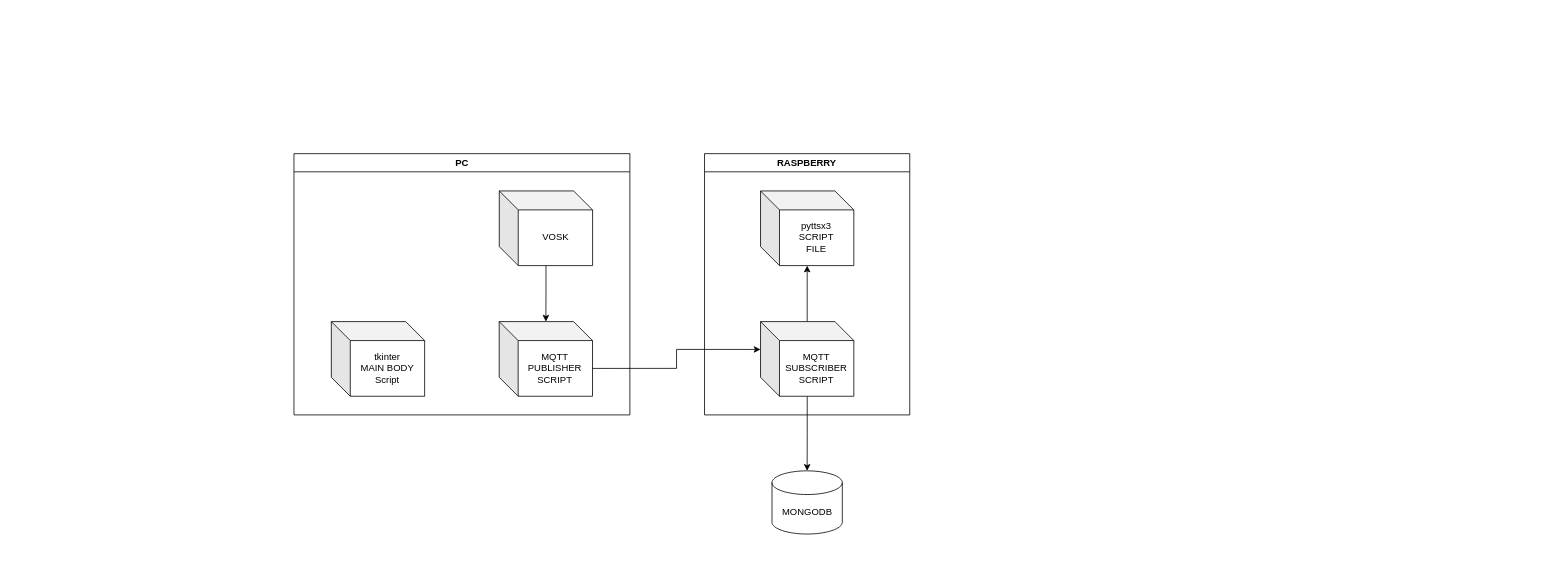
202396724/PROJET-2_IOT keeps this draw.io diagram as AI-IOT.drawio. Above is the earlier version. Source tidied: cells renumbered, new cells numbered last; positions are measured from the earlier drawing's top-left corner, leaving out a move shared by most shapes. Both pictures are drawn from the tidied source at 79%, with x=0, y=0 at pixel (294, 153).
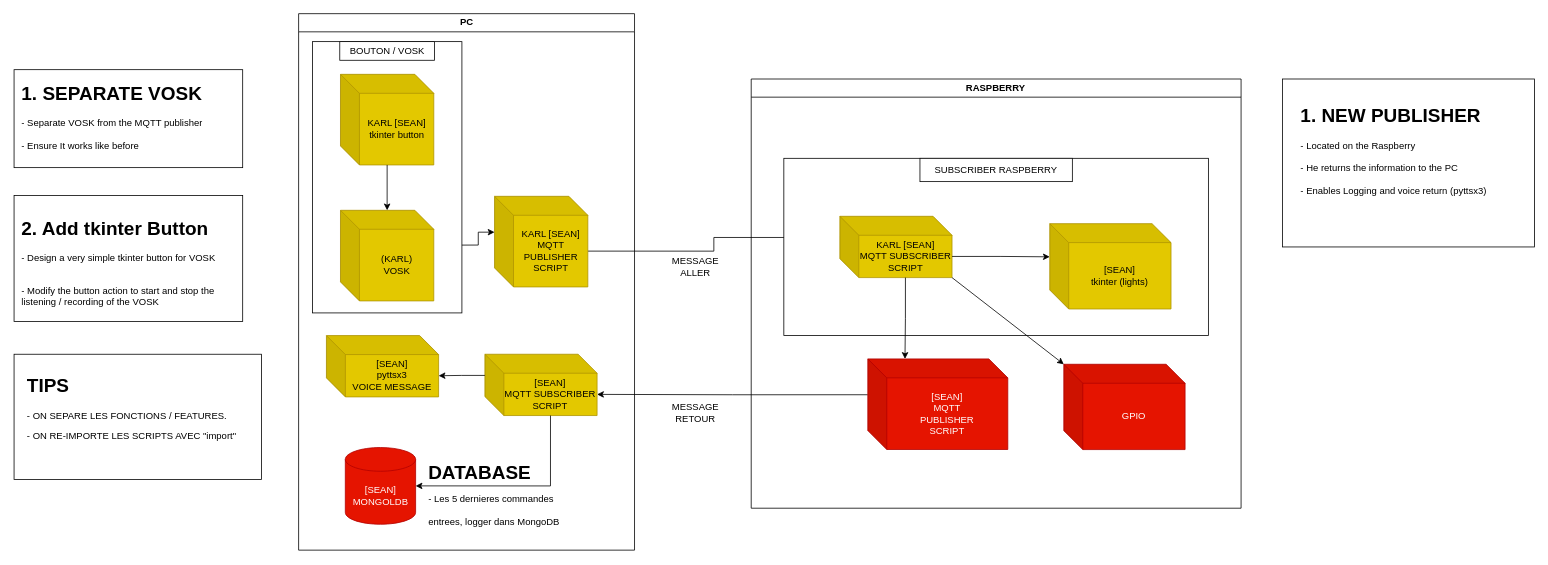
After the change.

What changed in the source:
```diff
@@
-    <mxCell id="2" value="pyttsx3&lt;br&gt;SCRIPT&lt;br&gt;FILE" style="shape=cube;whiteSpace=wrap;html=1;boundedLbl=1;backgroundOutline=1;darkOpacity=0.05;darkOpacity2=0.1;size=24;" parent="1" vertex="1">
-      <mxGeometry x="590.2" y="47.2" width="118.1" height="94.5" as="geometry" />
-    </mxCell>
-    <mxCell id="3" style="edgeStyle=orthogonalEdgeStyle;rounded=0;jettySize=auto;html=1;" parent="1" edge="1" source="5" target="12">
-      <mxGeometry relative="1" as="geometry" />
-    </mxCell>
-    <mxCell id="4" style="edgeStyle=orthogonalEdgeStyle;rounded=0;jettySize=auto;html=1;" parent="1" edge="1" source="5" target="2">
-      <mxGeometry relative="1" as="geometry" />
-    </mxCell>
+    <mxCell id="14" style="group;" parent="1" vertex="1">
+      <mxGeometry x="478" y="127.6" width="60" height="30" as="geometry" />
+    </mxCell>
+    <mxCell id="15" value="MESSAGE&lt;br&gt;ALLER" style="text;html=1;align=center;verticalAlign=middle;whiteSpace=wrap;rounded=0;" parent="14" vertex="1">
+      <mxGeometry width="60" height="30" as="geometry" />
+    </mxCell>
+    <mxCell id="16" style="edgeStyle=orthogonalEdgeStyle;rounded=0;jettySize=auto;html=1;exitX=0;exitY=0;exitDx=0;exitDy=45.3697449349864;exitPerimeter=0;entryX=0;entryY=0;entryDx=142.03428139669472;entryDy=50.8089030843665;entryPerimeter=0;" parent="1" edge="1" source="32" target="41">
+      <mxGeometry relative="1" as="geometry" />
+    </mxCell>
+    <mxCell id="17" style="group;" parent="1" vertex="1">
+      <mxGeometry x="478" y="313" width="60" height="30" as="geometry" />
+    </mxCell>
+    <mxCell id="18" value="MESSAGE&lt;br&gt;RETOUR" style="text;html=1;align=center;verticalAlign=middle;whiteSpace=wrap;rounded=0;" parent="17" vertex="1">
+      <mxGeometry width="60" height="30" as="geometry" />
+    </mxCell>
+    <mxCell id="13" style="edgeStyle=orthogonalEdgeStyle;rounded=0;jettySize=auto;html=1;exitX=0;exitY=0;exitDx=118.11000000000001;exitDy=69.3697449349864;exitPerimeter=0;entryX=0;entryY=0;entryDx=0;entryDy=26.80890308436649;entryPerimeter=0;" parent="1" edge="1" source="9" target="5">
+      <mxGeometry relative="1" as="geometry" />
+    </mxCell>
+    <mxCell id="19" style="group;" parent="1" vertex="1">
+      <mxGeometry x="-354.7" y="-106.3" width="289.4" height="124" as="geometry" />
+    </mxCell>
+    <mxCell id="20" style="rounded=0;whiteSpace=wrap;html=1;" parent="19" vertex="1">
+      <mxGeometry width="289.4" height="124" as="geometry" />
+    </mxCell>
+    <mxCell id="21" value="&lt;h1 style=&quot;margin-top: 0px;&quot;&gt;&lt;span style=&quot;background-color: initial;&quot;&gt;1. SEPARATE VOSK&lt;/span&gt;&lt;br&gt;&lt;/h1&gt;&lt;div&gt;&lt;span style=&quot;background-color: initial;&quot;&gt;- Separate VOSK from the MQTT publisher&lt;/span&gt;&lt;/div&gt;&lt;div&gt;&lt;span style=&quot;background-color: initial;&quot;&gt;&lt;br&gt;- Ensure It works like before&lt;/span&gt;&lt;/div&gt;" style="text;html=1;whiteSpace=wrap;overflow=hidden;rounded=0;" parent="19" vertex="1">
+      <mxGeometry x="7.4" y="8.9" width="274.5" height="106.3" as="geometry" />
+    </mxCell>
+    <mxCell id="22" style="group;" parent="1" vertex="1">
+      <mxGeometry x="-354.7" y="53.1" width="289.4" height="159.4" as="geometry" />
+    </mxCell>
+    <mxCell id="23" style="rounded=0;whiteSpace=wrap;html=1;" parent="22" vertex="1">
+      <mxGeometry width="289.4" height="159.4" as="geometry" />
+    </mxCell>
+    <mxCell id="24" value="&lt;h1 style=&quot;margin-top: 0px;&quot;&gt;2. Add tkinter Button&lt;/h1&gt;&lt;p&gt;- Design a very simple tkinter button for VOSK&lt;/p&gt;&lt;p&gt;&lt;br&gt;- Modify the button action to start and stop the listening / recording of the VOSK&lt;/p&gt;" style="text;html=1;whiteSpace=wrap;overflow=hidden;rounded=0;" parent="22" vertex="1">
+      <mxGeometry x="7.4" y="20.9" width="274.5" height="117.7" as="geometry" />
+    </mxCell>
+    <mxCell id="25" style="group;" parent="1" vertex="1">
+      <mxGeometry x="1251" y="-94.5" width="318.9" height="212.6" as="geometry" />
+    </mxCell>
+    <mxCell id="26" style="rounded=0;whiteSpace=wrap;html=1;" parent="25" vertex="1">
+      <mxGeometry width="318.9" height="212.6" as="geometry" />
+    </mxCell>
+    <mxCell id="27" value="&lt;h1 style=&quot;margin-top: 0px;&quot;&gt;&lt;span style=&quot;background-color: initial;&quot;&gt;1. NEW PUBLISHER&lt;/span&gt;&lt;br&gt;&lt;/h1&gt;&lt;div&gt;- Located on the Raspberry&lt;/div&gt;&lt;div&gt;&lt;br&gt;&lt;/div&gt;&lt;div&gt;- He returns the information to the PC&lt;/div&gt;&lt;div&gt;&lt;span style=&quot;background-color: initial;&quot;&gt;&lt;br&gt;&lt;/span&gt;&lt;/div&gt;&lt;div&gt;&lt;span style=&quot;background-color: initial;&quot;&gt;- Enables Logging and voice return (pyttsx3)&lt;/span&gt;&lt;/div&gt;" style="text;html=1;whiteSpace=wrap;overflow=hidden;rounded=0;" parent="25" vertex="1">
+      <mxGeometry x="20.7" y="25.6" width="277.6" height="161.3" as="geometry" />
+    </mxCell>
+    <mxCell id="28" style="group;" parent="1" vertex="1">
+      <mxGeometry x="-354.7" y="253.9" width="313.2" height="158.5" as="geometry" />
+    </mxCell>
+    <mxCell id="29" style="rounded=0;whiteSpace=wrap;html=1;" parent="28" vertex="1">
+      <mxGeometry width="313.2" height="158.5" as="geometry" />
+    </mxCell>
+    <mxCell id="30" value="&lt;h1 style=&quot;margin-top: 0px;&quot;&gt;TIPS&lt;/h1&gt;&lt;p&gt;- ON SEPARE LES FONCTIONS / FEATURES.&lt;/p&gt;&lt;p&gt;- ON RE-IMPORTE LES SCRIPTS AVEC &quot;import&quot;&lt;/p&gt;" style="text;html=1;whiteSpace=wrap;overflow=hidden;rounded=0;" parent="28" vertex="1">
+      <mxGeometry x="14.9" y="19.2" width="283.5" height="120" as="geometry" />
+    </mxCell>
+    <mxCell id="31" style="group;" parent="1" vertex="1">
+      <mxGeometry x="578.4" y="-94.5" width="620.1" height="543.3" as="geometry" />
+    </mxCell>
+    <mxCell id="11" value="RASPBERRY" style="swimlane;whiteSpace=wrap;html=1;" parent="31" vertex="1">
+      <mxGeometry width="620.1" height="543.3" as="geometry" />
+    </mxCell>
+    <mxCell id="32" value="[SEAN]&lt;br&gt;MQTT&lt;div&gt;PUBLISHER&lt;br&gt;SCRIPT&lt;/div&gt;" style="shape=cube;whiteSpace=wrap;html=1;boundedLbl=1;backgroundOutline=1;darkOpacity=0.05;darkOpacity2=0.1;size=24;fillColor=#e51400;fontColor=#ffffff;strokeColor=#B20000;" parent="11" vertex="1">
+      <mxGeometry x="147.6" y="354.3" width="177.2" height="114.7" as="geometry" />
+    </mxCell>
+    <mxCell id="33" value="GPIO" style="shape=cube;whiteSpace=wrap;html=1;boundedLbl=1;backgroundOutline=1;darkOpacity=0.05;darkOpacity2=0.1;size=24;fillColor=#e51400;fontColor=#ffffff;strokeColor=#B20000;" parent="11" vertex="1">
+      <mxGeometry x="395.7" y="361.1" width="153.5" height="108" as="geometry" />
+    </mxCell>
+    <mxCell id="34" style="rounded=0;whiteSpace=wrap;html=1;" parent="31" vertex="1">
+      <mxGeometry x="41.3" y="100.4" width="537.4" height="224.4" as="geometry" />
+    </mxCell>
+    <mxCell id="35" value="[SEAN]&lt;br&gt;tkinter (lights)" style="shape=cube;whiteSpace=wrap;html=1;boundedLbl=1;backgroundOutline=1;darkOpacity=0.05;darkOpacity2=0.1;size=24;fillColor=#e3c800;fontColor=#000000;strokeColor=#B09500;" parent="31" vertex="1">
+      <mxGeometry x="377.9" y="183.1" width="153.5" height="108" as="geometry" />
+    </mxCell>
-    <mxCell id="5" value="MQTT SUBSCRIBER&lt;br&gt;SCRIPT" style="shape=cube;whiteSpace=wrap;html=1;boundedLbl=1;backgroundOutline=1;darkOpacity=0.05;darkOpacity2=0.1;size=24;" parent="1" vertex="1">
-      <mxGeometry x="590.2" y="212.6" width="118.1" height="94.5" as="geometry" />
+    <mxCell id="5" value="KARL [SEAN]&lt;br&gt;MQTT SUBSCRIBER&lt;br&gt;SCRIPT" style="shape=cube;whiteSpace=wrap;html=1;boundedLbl=1;backgroundOutline=1;darkOpacity=0.05;darkOpacity2=0.1;size=24;fillColor=#e3c800;fontColor=#000000;strokeColor=#B09500;" parent="31" vertex="1">
+      <mxGeometry x="112.2" y="173.8" width="142" height="77.6" as="geometry" />
     </mxCell>
+    <mxCell id="36" style="edgeStyle=orthogonalEdgeStyle;rounded=0;jettySize=auto;html=1;exitX=0;exitY=0;exitDx=142.03428139669472;exitDy=50.80890308436649;exitPerimeter=0;entryX=0;entryY=0;entryDx=0;entryDy=41.995;entryPerimeter=0;" parent="31" edge="1" source="5" target="35">
+      <mxGeometry relative="1" as="geometry" />
+    </mxCell>
+    <mxCell id="37" style="edgeStyle=orthogonalEdgeStyle;rounded=0;jettySize=auto;html=1;exitX=0;exitY=0;exitDx=83.01714069834736;exitDy=77.617806168733;exitPerimeter=0;entryX=0;entryY=0;entryDx=47.055;entryDy=0;entryPerimeter=0;" parent="31" edge="1" source="5" target="32">
+      <mxGeometry relative="1" as="geometry" />
+    </mxCell>
+    <mxCell id="38" style="rounded=0;jettySize=auto;html=1;exitX=1;exitY=1;exitDx=0;exitDy=0;exitPerimeter=0;entryX=0;entryY=0;entryDx=0;entryDy=0;entryPerimeter=0;" parent="31" edge="1" source="5" target="33">
+      <mxGeometry relative="1" as="geometry" />
+    </mxCell>
+    <mxCell id="39" value="SUBSCRIBER RASPBERRY" style="rounded=0;whiteSpace=wrap;html=1;" parent="31" vertex="1">
+      <mxGeometry x="213.6" y="100.4" width="192.9" height="29.5" as="geometry" />
+    </mxCell>
+    <mxCell id="40" style="group;" parent="1" vertex="1">
+      <mxGeometry x="5.5" y="-177.2" width="425.2" height="679.1" as="geometry" />
+    </mxCell>
-    <mxCell id="6" value="PC" style="swimlane;whiteSpace=wrap;html=1;startSize=23;" parent="1" vertex="1">
-      <mxGeometry x="-0.4" width="425.2" height="330.7" as="geometry" />
+    <mxCell id="6" value="PC" style="swimlane;whiteSpace=wrap;html=1;startSize=23;" parent="40" vertex="1">
+      <mxGeometry width="425.2" height="679.1" as="geometry" />
     </mxCell>
-    <mxCell id="7" style="edgeStyle=orthogonalEdgeStyle;rounded=0;jettySize=auto;html=1;" parent="6" edge="1" source="8" target="9">
-      <mxGeometry relative="1" as="geometry" />
-    </mxCell>
+    <mxCell id="9" value="KARL [SEAN]&lt;br&gt;MQTT&lt;div&gt;PUBLISHER&lt;br&gt;SCRIPT&lt;/div&gt;" style="shape=cube;whiteSpace=wrap;html=1;boundedLbl=1;backgroundOutline=1;darkOpacity=0.05;darkOpacity2=0.1;size=24;fillColor=#e3c800;fontColor=#000000;strokeColor=#B09500;" parent="40" vertex="1">
+      <mxGeometry x="248" y="231.2" width="118.1" height="114.7" as="geometry" />
+    </mxCell>
+    <mxCell id="41" value="[SEAN]&lt;br&gt;MQTT SUBSCRIBER&lt;br&gt;SCRIPT" style="shape=cube;whiteSpace=wrap;html=1;boundedLbl=1;backgroundOutline=1;darkOpacity=0.05;darkOpacity2=0.1;size=24;fillColor=#e3c800;strokeColor=#B09500;fontColor=#000000;" parent="40" vertex="1">
+      <mxGeometry x="235.8" y="431.1" width="142" height="77.6" as="geometry" />
+    </mxCell>
+    <mxCell id="42" value="[SEAN]&lt;br&gt;pyttsx3&lt;br&gt;VOICE MESSAGE" style="shape=cube;whiteSpace=wrap;html=1;boundedLbl=1;backgroundOutline=1;darkOpacity=0.05;darkOpacity2=0.1;size=24;fillColor=#e3c800;fontColor=#000000;strokeColor=#B09500;" parent="40" vertex="1">
+      <mxGeometry x="35.2" y="407.5" width="142" height="77.6" as="geometry" />
+    </mxCell>
+    <mxCell id="43" style="edgeStyle=orthogonalEdgeStyle;rounded=0;jettySize=auto;html=1;exitX=0;exitY=0;exitDx=0;exitDy=26.8089030843665;exitPerimeter=0;entryX=0;entryY=0;entryDx=142.03428139669472;entryDy=50.8089030843665;entryPerimeter=0;" parent="40" edge="1" source="41" target="42">
+      <mxGeometry relative="1" as="geometry" />
+    </mxCell>
+    <mxCell id="44" style="edgeStyle=orthogonalEdgeStyle;rounded=0;jettySize=auto;html=1;exitX=0;exitY=0;exitDx=83.01714069834736;exitDy=77.617806168733;exitPerimeter=0;entryX=1;entryY=0.5;entryDx=0;entryDy=0;entryPerimeter=0;" parent="40" edge="1" source="41" target="12">
+      <mxGeometry relative="1" as="geometry" />
+    </mxCell>
+    <mxCell id="45" style="rounded=0;whiteSpace=wrap;html=1;" parent="40" vertex="1">
+      <mxGeometry x="17.5" y="35.4" width="189.2" height="343.4" as="geometry" />
+    </mxCell>
-    <mxCell id="8" value="VOSK" style="shape=cube;whiteSpace=wrap;html=1;boundedLbl=1;backgroundOutline=1;darkOpacity=0.05;darkOpacity2=0.1;size=24;" parent="6" vertex="1">
-      <mxGeometry x="259.9" y="47.2" width="118.1" height="94.5" as="geometry" />
+    <mxCell id="8" value="(KARL)&lt;br&gt;VOSK" style="shape=cube;whiteSpace=wrap;html=1;boundedLbl=1;backgroundOutline=1;darkOpacity=0.05;darkOpacity2=0.1;size=24;fillColor=#e3c800;fontColor=#000000;strokeColor=#B09500;" parent="40" vertex="1">
+      <mxGeometry x="53" y="248.9" width="118.1" height="114.7" as="geometry" />
     </mxCell>
-    <mxCell id="9" value="MQTT&lt;div&gt;PUBLISHER&lt;br&gt;SCRIPT&lt;/div&gt;" style="shape=cube;whiteSpace=wrap;html=1;boundedLbl=1;backgroundOutline=1;darkOpacity=0.05;darkOpacity2=0.1;size=24;" parent="6" vertex="1">
-      <mxGeometry x="259.8" y="212.6" width="118.1" height="94.5" as="geometry" />
-    </mxCell>
-    <mxCell id="10" value="tkinter&lt;br&gt;MAIN BODY&lt;br&gt;Script" style="shape=cube;whiteSpace=wrap;html=1;boundedLbl=1;backgroundOutline=1;darkOpacity=0.05;darkOpacity2=0.1;size=24;" parent="6" vertex="1">
-      <mxGeometry x="47.3" y="212.6" width="118.1" height="94.5" as="geometry" />
+    <mxCell id="10" value="KARL [SEAN]&lt;br&gt;tkinter button" style="shape=cube;whiteSpace=wrap;html=1;boundedLbl=1;backgroundOutline=1;darkOpacity=0.05;darkOpacity2=0.1;size=24;fillColor=#e3c800;fontColor=#000000;strokeColor=#B09500;" parent="40" vertex="1">
+      <mxGeometry x="53" y="76.8" width="118.1" height="114.7" as="geometry" />
     </mxCell>
-    <mxCell id="11" value="RASPBERRY" style="swimlane;whiteSpace=wrap;html=1;" parent="1" vertex="1">
-      <mxGeometry x="519.3" width="259.8" height="330.7" as="geometry" />
-    </mxCell>
+    <mxCell id="46" style="edgeStyle=orthogonalEdgeStyle;rounded=0;jettySize=auto;html=1;" parent="40" edge="1" source="10" target="8">
+      <mxGeometry relative="1" as="geometry" />
+    </mxCell>
+    <mxCell id="47" style="edgeStyle=orthogonalEdgeStyle;rounded=0;jettySize=auto;html=1;exitX=1;exitY=0.75;exitDx=0;exitDy=0;entryX=0;entryY=0;entryDx=0;entryDy=45.36974493498641;entryPerimeter=0;" parent="40" edge="1" source="45" target="9">
+      <mxGeometry relative="1" as="geometry" />
+    </mxCell>
+    <mxCell id="48" value="BOUTON / VOSK" style="rounded=0;whiteSpace=wrap;html=1;" parent="40" vertex="1">
+      <mxGeometry x="52.1" y="35.4" width="120" height="23.6" as="geometry" />
+    </mxCell>
-    <mxCell id="12" value="MONGODB" style="shape=cylinder3;whiteSpace=wrap;html=1;boundedLbl=1;backgroundOutline=1;size=15;" parent="1" vertex="1">
-      <mxGeometry x="604.7" y="401.5" width="89" height="80" as="geometry" />
+    <mxCell id="12" value="[SEAN]&lt;br&gt;MONGOLDB" style="shape=cylinder3;whiteSpace=wrap;html=1;boundedLbl=1;backgroundOutline=1;size=15;fillColor=#e51400;fontColor=#ffffff;strokeColor=#B20000;" parent="40" vertex="1">
+      <mxGeometry x="59.1" y="549.2" width="89" height="97.1" as="geometry" />
     </mxCell>
-    <mxCell id="13" style="edgeStyle=orthogonalEdgeStyle;rounded=0;jettySize=auto;html=1;exitX=0;exitY=0;exitDx=118.11;exitDy=59.245;exitPerimeter=0;entryX=0;entryY=0;entryDx=0;entryDy=35.245;entryPerimeter=0;" parent="1" edge="1" source="9" target="5">
-      <mxGeometry relative="1" as="geometry" />
-    </mxCell>
+    <mxCell id="49" value="&lt;h1 style=&quot;margin-top: 0px;&quot;&gt;&lt;span style=&quot;background-color: initial;&quot;&gt;DATABASE&lt;span style=&quot;font-size: 12px; font-weight: 400;&quot;&gt;&lt;br&gt;&lt;/span&gt;&lt;/span&gt;&lt;span style=&quot;font-size: 12px; font-weight: 400;&quot;&gt;- Les 5 dernieres commandes entrees, logger dans MongoDB&lt;/span&gt;&lt;/h1&gt;" style="text;html=1;whiteSpace=wrap;overflow=hidden;rounded=0;" parent="40" vertex="1">
+      <mxGeometry x="162.5" y="560.2" width="183.1" height="106.3" as="geometry" />
+    </mxCell>
```
